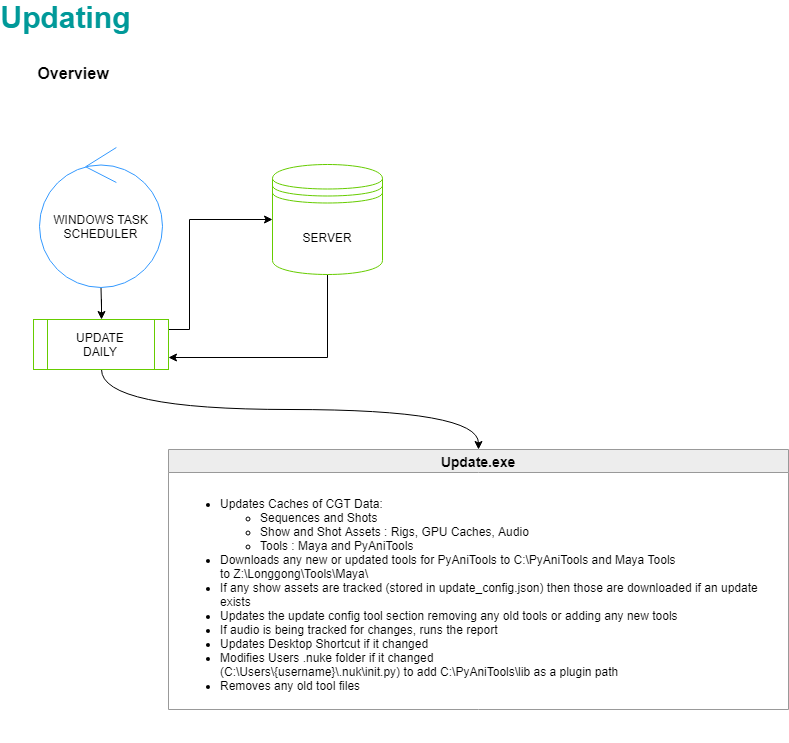
pobrien11/PyAniTools keeps this draw.io diagram as Doc/images/update_process.png. Above is the earlier version. Source tidied: cells renumbered, new cells last; positions are measured from the earlier drawing's top-left corner, leaving out a move shared by most shapes.
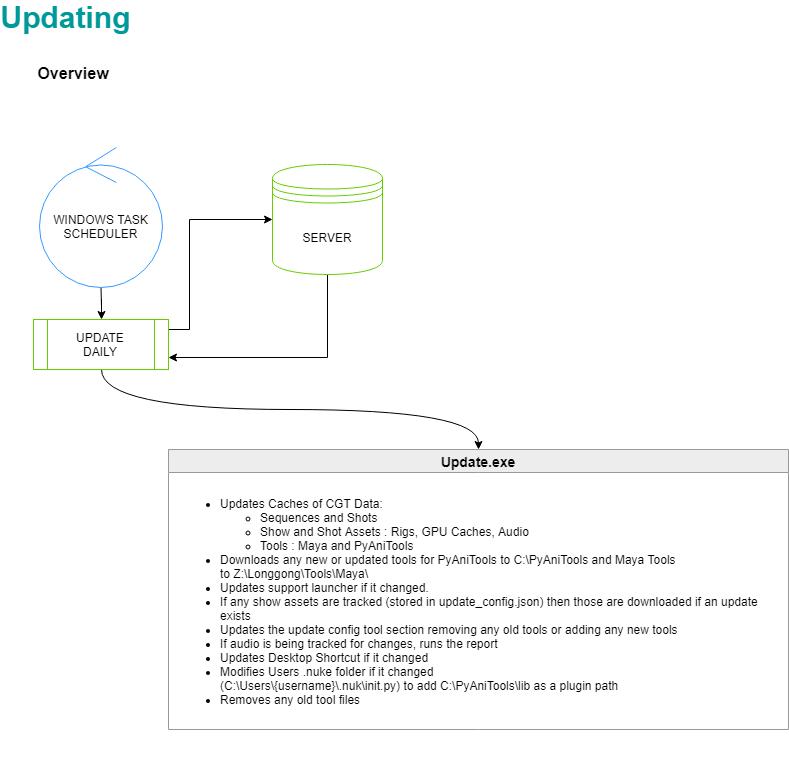
The same file after the commit.

Diff of the diagram source:
```diff
@@ -6,10 +6,10 @@
       <mxGeometry width="100" height="20" as="geometry" />
     </mxCell>
     <mxCell id="3" value="Update.exe" style="swimlane;fontSize=14;fillColor=#EDEDED;strokeColor=#999999;" parent="1" vertex="1">
-      <mxGeometry x="154" y="442" width="620" height="260" as="geometry" />
+      <mxGeometry x="154" y="442" width="620" height="280" as="geometry" />
     </mxCell>
-    <mxCell id="4" value="&lt;ul style=&quot;font-size: 12px&quot;&gt;&lt;li&gt;Updates Caches of CGT Data:&lt;/li&gt;&lt;ul&gt;&lt;li&gt;Sequences and Shots&lt;/li&gt;&lt;li&gt;Show and Shot Assets : Rigs, GPU Caches, Audio&lt;/li&gt;&lt;li&gt;Tools : Maya and PyAniTools&lt;/li&gt;&lt;/ul&gt;&lt;li&gt;Downloads any new or updated tools for PyAniTools to C:\PyAniTools and Maya Tools &lt;br&gt;to Z:\Longgong\Tools\Maya\&lt;/li&gt;&lt;li&gt;If any show assets are tracked (stored in update_config.json) then those are downloaded if an update &lt;br&gt;exists&lt;br&gt;&lt;/li&gt;&lt;li&gt;Updates the update config tool section removing any old tools or adding any new tools&lt;/li&gt;&lt;li&gt;If audio is being tracked for changes, runs the report&lt;/li&gt;&lt;li&gt;Updates Desktop Shortcut if it changed&lt;/li&gt;&lt;li&gt;Modifies Users .nuke folder if it changed&amp;nbsp;&lt;br&gt;(&lt;span&gt;C:\Users\{username}\.nuk\init.py&lt;/span&gt;) to add C:\PyAniTools\lib as a plugin path&lt;/li&gt;&lt;li&gt;Removes any old tool files&lt;/li&gt;&lt;/ul&gt;" style="text;html=1;align=left;verticalAlign=top;spacingTop=-4;fontSize=14;fillColor=none;strokeColor=none;" parent="3" vertex="1">
-      <mxGeometry x="10" y="33" width="590" height="260" as="geometry" />
+    <mxCell id="4" value="&lt;ul style=&quot;font-size: 12px&quot;&gt;&lt;li&gt;Updates Caches of CGT Data:&lt;/li&gt;&lt;ul&gt;&lt;li&gt;Sequences and Shots&lt;/li&gt;&lt;li&gt;Show and Shot Assets : Rigs, GPU Caches, Audio&lt;/li&gt;&lt;li&gt;Tools : Maya and PyAniTools&lt;/li&gt;&lt;/ul&gt;&lt;li&gt;Downloads any new or updated tools for PyAniTools to C:\PyAniTools and Maya Tools &lt;br&gt;to Z:\Longgong\Tools\Maya\&lt;/li&gt;&lt;li&gt;Updates support launcher if it changed.&lt;/li&gt;&lt;li&gt;If any show assets are tracked (stored in update_config.json) then those are downloaded if an update &lt;br&gt;exists&lt;br&gt;&lt;/li&gt;&lt;li&gt;Updates the update config tool section removing any old tools or adding any new tools&lt;/li&gt;&lt;li&gt;If audio is being tracked for changes, runs the report&lt;/li&gt;&lt;li&gt;Updates Desktop Shortcut if it changed&lt;/li&gt;&lt;li&gt;Modifies Users .nuke folder if it changed&amp;nbsp;&lt;br&gt;(&lt;span&gt;C:\Users\{username}\.nuk\init.py&lt;/span&gt;) to add C:\PyAniTools\lib as a plugin path&lt;/li&gt;&lt;li&gt;Removes any old tool files&lt;/li&gt;&lt;/ul&gt;" style="text;html=1;align=left;verticalAlign=top;spacingTop=-4;fontSize=14;fillColor=none;strokeColor=none;" parent="3" vertex="1">
+      <mxGeometry x="10" y="33" width="590" height="280" as="geometry" />
     </mxCell>
     <mxCell id="5" value="Overview" style="text;html=1;strokeColor=none;fillColor=none;align=center;verticalAlign=middle;whiteSpace=wrap;rounded=0;fontSize=16;fontColor=#000000;fontStyle=1;" parent="1" vertex="1">
       <mxGeometry x="39" y="55" width="40" height="20" as="geometry" />
```
